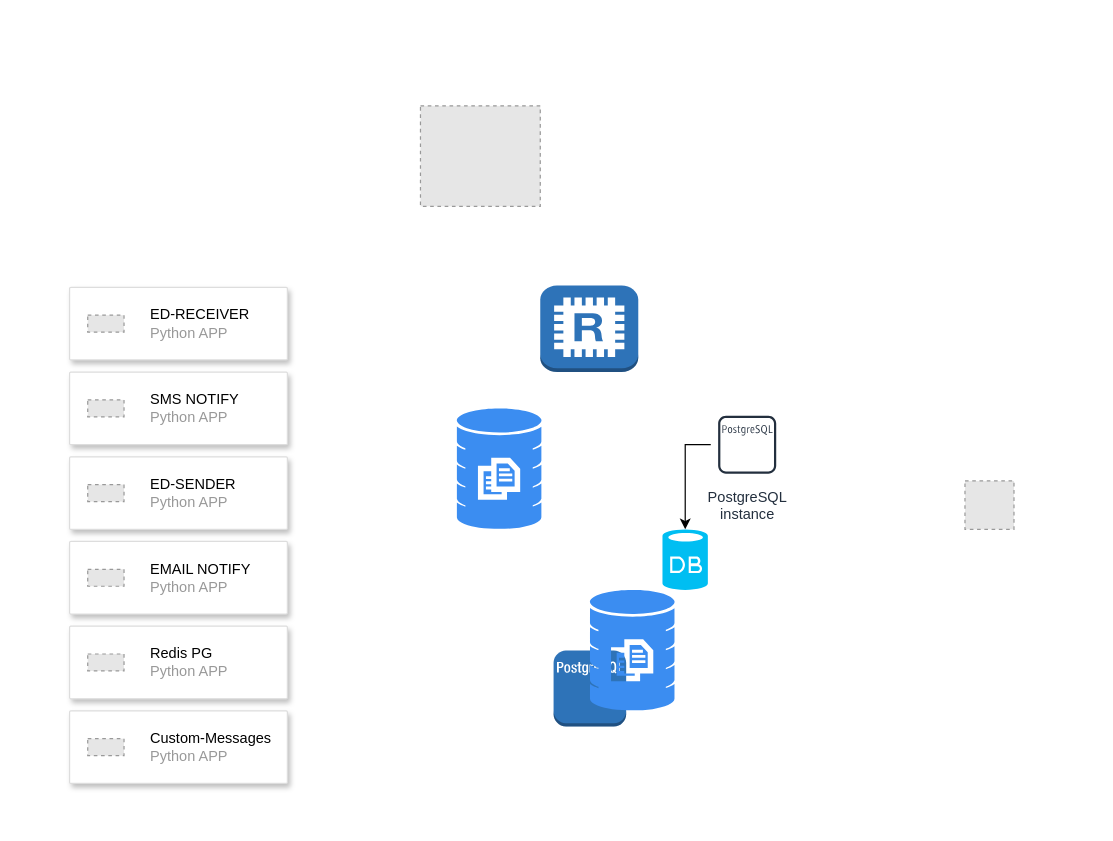
Before: Диаграмма без названия.drawio in MyHardWay/eshop, a draw.io diagram. Source tidied: cells renumbered, new cells numbered last; positions are measured from the earlier drawing's top-left corner, leaving out a move shared by most shapes. Both pictures are drawn from the tidied source at 121%, with x=0, y=0 at pixel (69, 105). Pictures stored in the file or linked from it are replaced by grey dashed boxes.
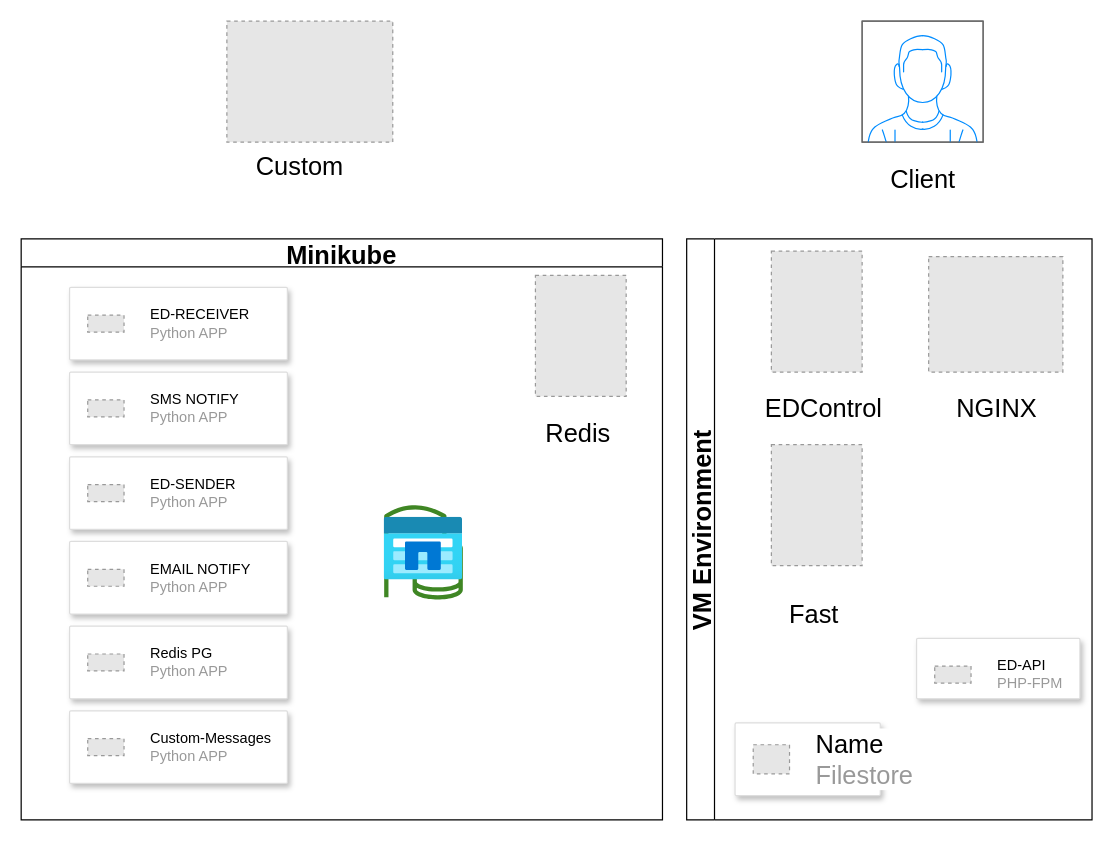
After the change.

Diff of the diagram source:
```diff
@@
-    <mxCell id="2" style="fillColor=#E6E6E6;strokeColor=#999999;dashed=1;verticalLabelPosition=bottom;labelBackgroundColor=#ffffff;verticalAlign=top;" parent="1" vertex="1">
-      <mxGeometry x="290" width="99" height="83" as="geometry" />
-    </mxCell>
@@
-    <mxCell id="15" style="fillColor=#E6E6E6;strokeColor=#999999;dashed=1;verticalLabelPosition=bottom;labelBackgroundColor=#ffffff;verticalAlign=top;" parent="1" vertex="1">
-      <mxGeometry x="740" y="310" width="40.5" height="40" as="geometry" />
-    </mxCell>
-    <mxCell id="16" style="dashed=0;verticalLabelPosition=bottom;verticalAlign=top;align=center;html=1;shape=mxgraph.aws3.redis;fillColor=#2E73B8;gradientColor=none;" parent="1" vertex="1">
-      <mxGeometry x="389" y="148.5" width="81" height="71.5" as="geometry" />
-    </mxCell>
-    <mxCell id="17" style="dashed=0;verticalLabelPosition=bottom;verticalAlign=top;align=center;html=1;shape=mxgraph.aws3.postgre_sql_instance;fillColor=#2E73B8;gradientColor=none;" parent="1" vertex="1">
-      <mxGeometry x="400" y="450" width="60" height="63" as="geometry" />
-    </mxCell>
-    <mxCell id="18" style="verticalLabelPosition=bottom;html=1;verticalAlign=top;align=center;strokeColor=none;fillColor=#00BEF2;shape=mxgraph.azure.database;" parent="1" vertex="1">
-      <mxGeometry x="490" y="350" width="37.5" height="50" as="geometry" />
-    </mxCell>
-    <mxCell id="19" style="sketch=0;html=1;strokeColor=none;shadow=0;align=center;verticalAlign=top;fillColor=#3B8DF1;shape=mxgraph.gcp2.database_3;" parent="1" vertex="1">
-      <mxGeometry x="430" y="400" width="70" height="100" as="geometry" />
-    </mxCell>
-    <mxCell id="20" style="sketch=0;html=1;strokeColor=none;shadow=0;align=center;verticalAlign=top;fillColor=#3B8DF1;shape=mxgraph.gcp2.database_3;" parent="1" vertex="1">
-      <mxGeometry x="320" y="250" width="70" height="100" as="geometry" />
-    </mxCell>
-    <mxCell id="21" style="edgeStyle=orthogonalEdgeStyle;rounded=0;jettySize=auto;html=1;" parent="1" edge="1" source="22" target="18">
-      <mxGeometry relative="1" as="geometry" />
-    </mxCell>
-    <mxCell id="22" value="PostgreSQL&#10;instance" style="sketch=0;outlineConnect=0;fontColor=#232F3E;gradientColor=none;strokeColor=#232F3E;fillColor=#ffffff;dashed=0;verticalLabelPosition=bottom;verticalAlign=top;align=center;html=1;fontSize=12;fontStyle=0;shape=mxgraph.aws4.resourceIcon;resIcon=mxgraph.aws4.postgresql_instance;" parent="1" vertex="1">
-      <mxGeometry x="530" y="250" width="60" height="60" as="geometry" />
-    </mxCell>
+    <mxCell id="23" value="&lt;font style=&quot;font-size: 21px;&quot;&gt;Redis&lt;/font&gt;" style="text;html=1;align=center;verticalAlign=middle;strokeColor=none;fillColor=none;" parent="1" vertex="1">
+      <mxGeometry x="380" y="250" width="80" height="40" as="geometry" />
+    </mxCell>
+    <mxCell id="24" style="fillColor=#E6E6E6;strokeColor=#999999;dashed=1;verticalLabelPosition=bottom;labelBackgroundColor=#ffffff;verticalAlign=top;fontSize=21;" parent="1" vertex="1">
+      <mxGeometry x="385" y="140" width="75" height="100" as="geometry" />
+    </mxCell>
+    <mxCell id="25" value="Minikube" style="swimlane;fontSize=21;" parent="1" vertex="1">
+      <mxGeometry x="-40" y="110" width="530" height="480" as="geometry" />
+    </mxCell>
+    <mxCell id="26" value="VM Environment" style="swimlane;horizontal=0;fontSize=21;" parent="1" vertex="1">
+      <mxGeometry x="510" y="110" width="335" height="480" as="geometry" />
+    </mxCell>
+    <mxCell id="27" style="fillColor=#E6E6E6;strokeColor=#999999;dashed=1;verticalLabelPosition=bottom;labelBackgroundColor=#ffffff;verticalAlign=top;fontSize=21;" parent="26" vertex="1">
+      <mxGeometry x="70" y="10" width="75" height="100" as="geometry" />
+    </mxCell>
+    <mxCell id="28" style="fillColor=#E6E6E6;strokeColor=#999999;dashed=1;verticalLabelPosition=bottom;labelBackgroundColor=#ffffff;verticalAlign=top;fontSize=21;" parent="26" vertex="1">
+      <mxGeometry x="70" y="170" width="75" height="100" as="geometry" />
+    </mxCell>
+    <mxCell id="29" value="EDControl" style="text;html=1;align=center;verticalAlign=middle;strokeColor=none;fillColor=none;fontSize=21;" parent="26" vertex="1">
+      <mxGeometry x="52.5" y="120" width="120" height="40" as="geometry" />
+    </mxCell>
+    <mxCell id="30" value="Fast" style="text;html=1;align=center;verticalAlign=middle;strokeColor=none;fillColor=none;fontSize=21;" parent="26" vertex="1">
+      <mxGeometry x="75" y="290" width="60" height="40" as="geometry" />
+    </mxCell>
+    <mxCell id="31" style="fillColor=#E6E6E6;strokeColor=#999999;dashed=1;verticalLabelPosition=bottom;labelBackgroundColor=#ffffff;verticalAlign=top;fontSize=21;" parent="26" vertex="1">
+      <mxGeometry x="200" y="14.5" width="110.9" height="95.5" as="geometry" />
+    </mxCell>
+    <mxCell id="32" value="NGINX" style="text;html=1;align=center;verticalAlign=middle;strokeColor=none;fillColor=none;fontSize=21;" parent="26" vertex="1">
+      <mxGeometry x="210.5" y="120" width="90" height="40" as="geometry" />
+    </mxCell>
+    <mxCell id="33" style="strokeColor=#dddddd;shadow=1;strokeWidth=1;rounded=1;absoluteArcSize=1;arcSize=2;" parent="26" vertex="1">
+      <mxGeometry x="190" y="330" width="135" height="50" as="geometry" />
+    </mxCell>
+    <mxCell id="34" value="&lt;div&gt;&lt;font color=&quot;#000000&quot;&gt;ED-API&lt;/font&gt;&lt;br&gt;&lt;/div&gt;&lt;div&gt;PHP-FPM&lt;/div&gt;" style="fillColor=#E6E6E6;strokeColor=#999999;dashed=1;html=1;fontColor=#999999;verticalLabelPosition=middle;labelBackgroundColor=#ffffff;verticalAlign=middle;labelPosition=right;align=left;spacingLeft=20;" parent="33" vertex="1">
+      <mxGeometry width="30" height="14" relative="1" as="geometry">
+        <mxPoint x="15" y="23" as="offset" />
+      </mxGeometry>
+    </mxCell>
+    <mxCell id="35" style="strokeColor=#dddddd;shadow=1;strokeWidth=1;rounded=1;absoluteArcSize=1;arcSize=2;fontSize=21;" parent="26" vertex="1">
+      <mxGeometry x="40" y="400" width="120" height="60" as="geometry" />
+    </mxCell>
+    <mxCell id="36" value="&lt;font color=&quot;#000000&quot;&gt;Name&lt;/font&gt;&lt;br&gt;Filestore" style="fillColor=#E6E6E6;strokeColor=#999999;dashed=1;html=1;fontColor=#999999;verticalLabelPosition=middle;labelBackgroundColor=#ffffff;verticalAlign=middle;labelPosition=right;align=left;spacingLeft=20;fontSize=21;" parent="35" vertex="1">
+      <mxGeometry width="30" height="24" relative="1" as="geometry">
+        <mxPoint x="15" y="18" as="offset" />
+      </mxGeometry>
+    </mxCell>
+    <mxCell id="37" value="Custom" style="text;html=1;align=center;verticalAlign=middle;strokeColor=none;fillColor=none;fontSize=21;" parent="1" vertex="1">
+      <mxGeometry x="140" y="30" width="100" height="40" as="geometry" />
+    </mxCell>
+    <mxCell id="38" style="fillColor=#E6E6E6;strokeColor=#999999;dashed=1;verticalLabelPosition=bottom;labelBackgroundColor=#ffffff;verticalAlign=top;fontSize=21;" parent="1" vertex="1">
+      <mxGeometry x="130" y="-70" width="137.1" height="100" as="geometry" />
+    </mxCell>
+    <mxCell id="39" style="verticalLabelPosition=bottom;shadow=0;dashed=0;align=center;html=1;verticalAlign=top;strokeWidth=1;shape=mxgraph.mockup.containers.userMale;strokeColor=#666666;strokeColor2=#008cff;fontSize=21;" parent="1" vertex="1">
+      <mxGeometry x="655" y="-70" width="100" height="100" as="geometry" />
+    </mxCell>
+    <mxCell id="40" value="Client" style="text;html=1;align=center;verticalAlign=middle;strokeColor=none;fillColor=none;fontSize=21;" parent="1" vertex="1">
+      <mxGeometry x="665" y="40" width="80" height="40" as="geometry" />
+    </mxCell>
+    <mxCell id="41" style="sketch=0;fontColor=#232F3E;gradientColor=none;fillColor=#3F8624;strokeColor=none;dashed=0;verticalLabelPosition=bottom;verticalAlign=top;align=center;html=1;fontSize=12;fontStyle=0;shape=mxgraph.aws4.volume_gateway;" parent="1" vertex="1">
+      <mxGeometry x="260" y="330" width="65" height="78" as="geometry" />
+    </mxCell>
+    <mxCell id="42" style="html=1;align=center;image;fontSize=12;image=img/lib/azure2/storage/Azure_NetApp_Files.svg;" parent="1" vertex="1">
+      <mxGeometry x="260" y="340" width="65" height="52" as="geometry" />
+    </mxCell>
```
